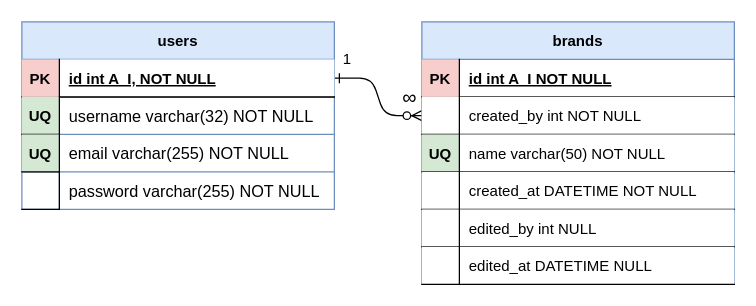
Earlier version of the draw.io diagram ERD.drawio (DSC-cz/srp-test). Source tidied: cells renumbered, new cells numbered last; positions are measured from the earlier drawing's top-left corner, leaving out a move shared by most shapes. Both pictures are drawn from the tidied source at 125%, with x=0, y=0 at pixel (21, 21).
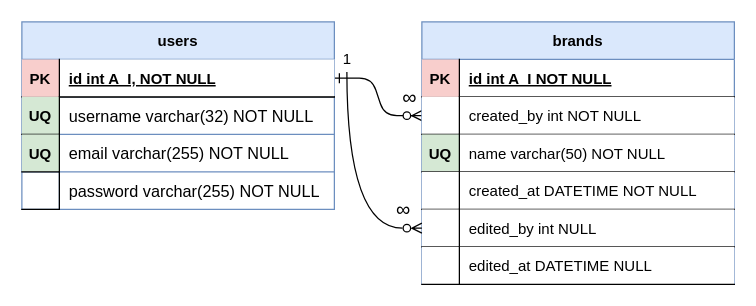
After the change.

The change refers to these unchanged cells:
```xml
<mxCell id="16" style="shape=partialRectangle;fillColor=none;points=[[0,0.5],[1,0.5]];portConstraint=eastwest;top=0;left=0;right=0;bottom=0;" parent="3" vertex="1">
  <mxGeometry y="150" width="250" height="30" as="geometry" />
</mxCell>
<mxCell id="35" value="1" style="text;html=1;align=center;verticalAlign=middle;points=[];strokeColor=none;fillColor=none;" parent="1" vertex="1">
  <mxGeometry x="250" y="20" width="20" height="20" as="geometry" />
</mxCell>
```

What changed in the source:
```diff
@@
+    <mxCell id="37" style="edgeStyle=orthogonalEdgeStyle;jettySize=auto;html=1;entryX=0;entryY=0.5;entryDx=0;entryDy=0;curved=1;endArrow=ERzeroToMany;endFill=0;" parent="1" edge="1" source="35" target="16">
+      <mxGeometry relative="1" as="geometry" />
+    </mxCell>
@@
+    <mxCell id="38" value="&lt;div style=&quot;text-align: left&quot;&gt;&lt;font face=&quot;arial, sans-serif&quot;&gt;&lt;span style=&quot;font-size: 16px ; background-color: rgb(255 , 255 , 255)&quot;&gt;∞&lt;/span&gt;&lt;/font&gt;&lt;/div&gt;" style="text;html=1;align=center;verticalAlign=middle;strokeColor=none;fillColor=none;" parent="1" vertex="1">
+      <mxGeometry x="290" y="140" width="30" height="20" as="geometry" />
+    </mxCell>
```
